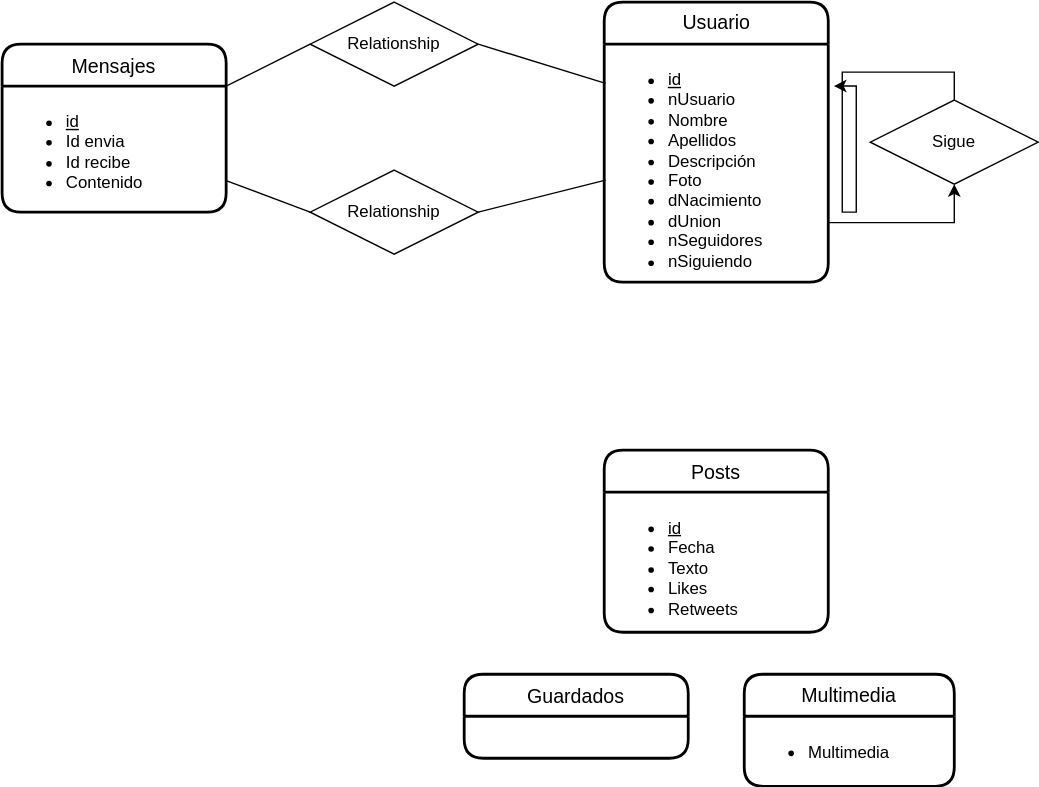
Above: UD12-16.svg in Jimxx22/C3-UD11-UML (draw.io), before the change. Source tidied: cells renumbered, new cells last; positions are measured from the earlier drawing's top-left corner, leaving out a move shared by most shapes.
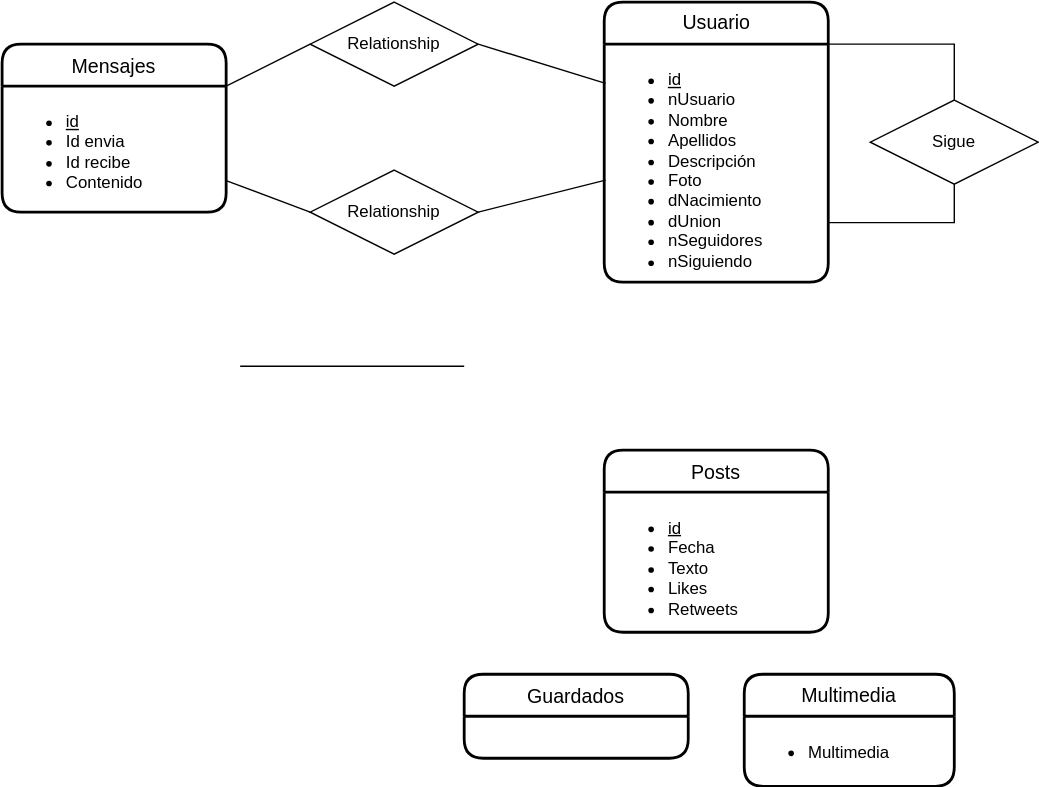
Above is the later version.

What changed in the source:
```diff
@@ -32,9 +32,6 @@
     <mxCell id="11" style="endArrow=none;html=1;rounded=0;labelBackgroundColor=none;entryX=0;entryY=0.5;entryDx=0;entryDy=0;exitX=1;exitY=0.75;exitDx=0;exitDy=0;" parent="1" edge="1" source="7" target="13">
       <mxGeometry relative="1" as="geometry" />
     </mxCell>
-    <mxCell id="12" style="edgeStyle=orthogonalEdgeStyle;rounded=0;jettySize=auto;html=1;exitX=0.5;exitY=0;exitDx=0;exitDy=0;entryX=1.025;entryY=0.176;entryDx=0;entryDy=0;entryPerimeter=0;" parent="1" edge="1" source="14" target="3">
-      <mxGeometry relative="1" as="geometry" />
-    </mxCell>
     <mxCell id="13" value="Relationship" style="shape=rhombus;perimeter=rhombusPerimeter;whiteSpace=wrap;html=1;align=center;labelBackgroundColor=none;" parent="1" vertex="1">
       <mxGeometry x="220" y="120" width="120" height="60" as="geometry" />
     </mxCell>
@@ -44,7 +41,7 @@
     <mxCell id="15" value="Relationship" style="shape=rhombus;perimeter=rhombusPerimeter;whiteSpace=wrap;html=1;align=center;labelBackgroundColor=none;" parent="1" vertex="1">
       <mxGeometry x="220" width="120" height="60" as="geometry" />
     </mxCell>
-    <mxCell id="16" style="edgeStyle=orthogonalEdgeStyle;rounded=0;jettySize=auto;html=1;exitX=1;exitY=0.75;exitDx=0;exitDy=0;entryX=0.5;entryY=1;entryDx=0;entryDy=0;" parent="1" edge="1" source="3" target="14">
+    <mxCell id="16" style="edgeStyle=orthogonalEdgeStyle;rounded=0;jettySize=auto;html=1;exitX=1;exitY=0.75;exitDx=0;exitDy=0;entryX=0.5;entryY=1;entryDx=0;entryDy=0;endArrow=none;endFill=0;" parent="1" edge="1" source="3" target="14">
       <mxGeometry relative="1" as="geometry" />
     </mxCell>
     <mxCell id="17" style="endArrow=none;html=1;rounded=0;labelBackgroundColor=none;entryX=0;entryY=0.5;entryDx=0;entryDy=0;exitX=1;exitY=0;exitDx=0;exitDy=0;" parent="1" edge="1" source="7" target="15">
@@ -56,5 +53,18 @@
     <mxCell id="19" style="endArrow=none;html=1;rounded=0;labelBackgroundColor=none;entryX=0.006;entryY=0.165;entryDx=0;entryDy=0;exitX=1;exitY=0.5;exitDx=0;exitDy=0;entryPerimeter=0;" parent="1" edge="1" source="15" target="3">
       <mxGeometry relative="1" as="geometry" />
     </mxCell>
+    <mxCell id="20" style="endArrow=none;html=1;rounded=0;labelBackgroundColor=none;entryX=0.5;entryY=0;entryDx=0;entryDy=0;exitX=1;exitY=0;exitDx=0;exitDy=0;" parent="1" edge="1" source="3" target="14">
+      <mxGeometry relative="1" as="geometry">
+        <Array as="points">
+          <mxPoint x="680" y="30" />
+        </Array>
+      </mxGeometry>
+    </mxCell>
+    <mxCell id="21" style="endArrow=none;html=1;rounded=0;labelBackgroundColor=none;" parent="1" edge="1">
+      <mxGeometry relative="1" as="geometry">
+        <mxPoint x="170" y="260" as="sourcePoint" />
+        <mxPoint x="330" y="260" as="targetPoint" />
+      </mxGeometry>
+    </mxCell>
   </root>
 </mxGraphModel>
```
